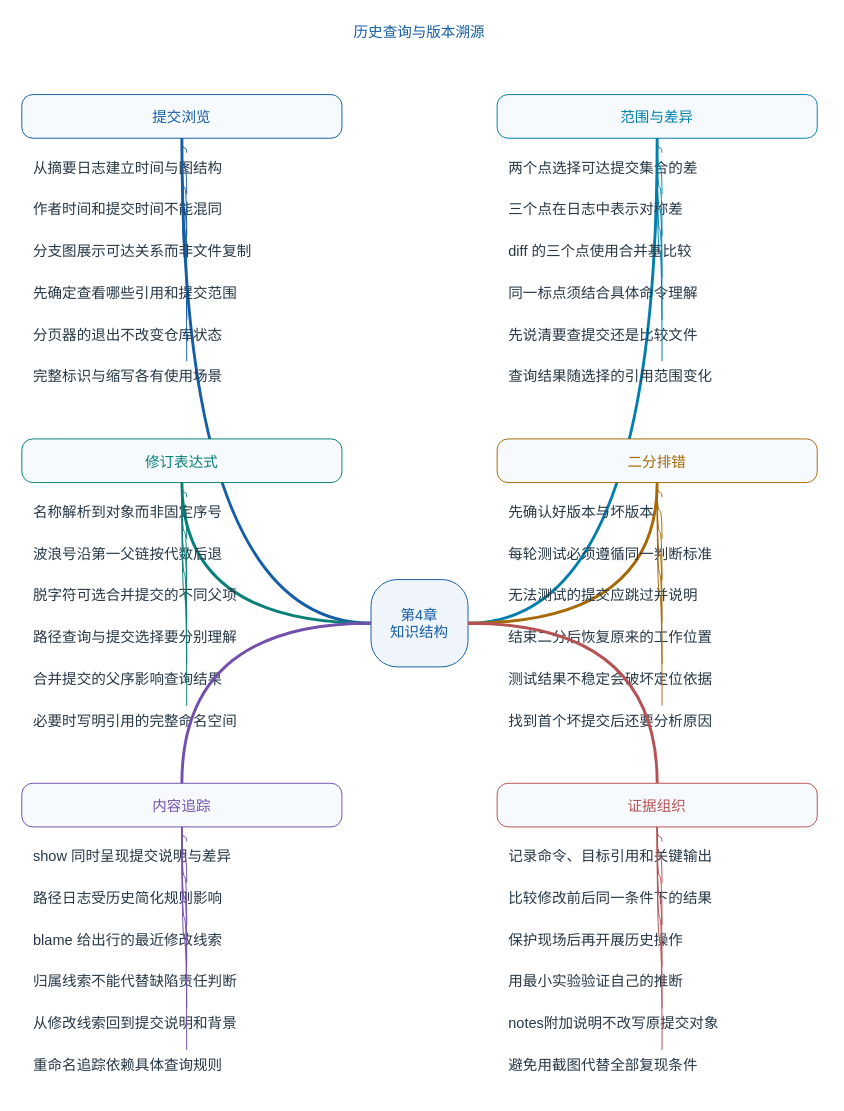
Earlier version of the draw.io diagram page "第4章 历史查询与版本溯源" (4 of 17) of assets/git-book-mindmaps.drawio (tsingke/GitEasy). Source tidied: cells renumbered, new cells numbered last; positions are measured from the earlier drawing's top-left corner, leaving out a move shared by most shapes. Both pictures are drawn from the tidied source at 97%, with x=0, y=0 at pixel (21, 16).
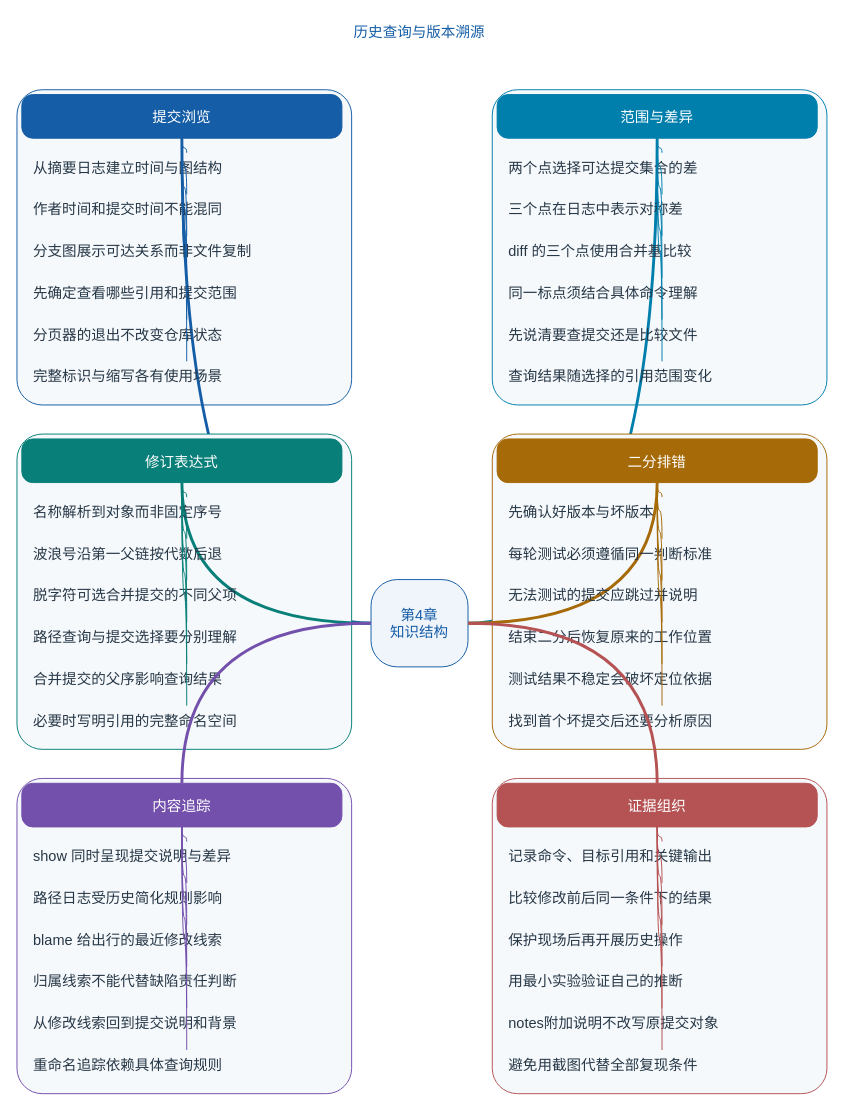
The same page after the edit.

The edit, as a diff of the source:
```diff
@@
+    <mxCell id="88" style="rounded=1;arcSize=8;fillColor=#F6F9FC;strokeColor=#155DA6;html=1;whiteSpace=wrap;fontFamily=Helvetica;fontSize=15;" parent="1" vertex="1">
+      <mxGeometry x="-5" y="75" width="345" height="325" as="geometry" />
+    </mxCell>
-    <mxCell id="4" value="提交浏览" style="rounded=1;arcSize=25;align=center;fillColor=#F7FAFD;strokeColor=#155DA6;fontColor=#155DA6;html=1;whiteSpace=wrap;fontFamily=Helvetica;fontSize=15;" parent="1" vertex="1">
+    <mxCell id="4" value="提交浏览" style="rounded=1;arcSize=25;align=center;fillColor=#155DA6;strokeColor=#155DA6;fontColor=#FFFFFF;html=1;whiteSpace=wrap;fontFamily=Helvetica;fontSize=15;" parent="1" vertex="1">
       <mxGeometry y="80" width="330" height="45" as="geometry" />
     </mxCell>
@@
+    <mxCell id="89" style="rounded=1;arcSize=8;fillColor=#F6F9FC;strokeColor=#087F78;html=1;whiteSpace=wrap;fontFamily=Helvetica;fontSize=15;" parent="1" vertex="1">
+      <mxGeometry x="-5" y="430" width="345" height="325" as="geometry" />
+    </mxCell>
-    <mxCell id="18" value="修订表达式" style="rounded=1;arcSize=25;align=center;fillColor=#F7FAFD;strokeColor=#087F78;fontColor=#087F78;html=1;whiteSpace=wrap;fontFamily=Helvetica;fontSize=15;" parent="1" vertex="1">
+    <mxCell id="18" value="修订表达式" style="rounded=1;arcSize=25;align=center;fillColor=#087F78;strokeColor=#087F78;fontColor=#FFFFFF;html=1;whiteSpace=wrap;fontFamily=Helvetica;fontSize=15;" parent="1" vertex="1">
       <mxGeometry y="435" width="330" height="45" as="geometry" />
     </mxCell>
@@
+    <mxCell id="90" style="rounded=1;arcSize=8;fillColor=#F6F9FC;strokeColor=#7350AC;html=1;whiteSpace=wrap;fontFamily=Helvetica;fontSize=15;" parent="1" vertex="1">
+      <mxGeometry x="-5" y="785" width="345" height="325" as="geometry" />
+    </mxCell>
-    <mxCell id="32" value="内容追踪" style="rounded=1;arcSize=25;align=center;fillColor=#F7FAFD;strokeColor=#7350AC;fontColor=#7350AC;html=1;whiteSpace=wrap;fontFamily=Helvetica;fontSize=15;" parent="1" vertex="1">
+    <mxCell id="32" value="内容追踪" style="rounded=1;arcSize=25;align=center;fillColor=#7350AC;strokeColor=#7350AC;fontColor=#FFFFFF;html=1;whiteSpace=wrap;fontFamily=Helvetica;fontSize=15;" parent="1" vertex="1">
       <mxGeometry y="790" width="330" height="45" as="geometry" />
     </mxCell>
@@
+    <mxCell id="91" style="rounded=1;arcSize=8;fillColor=#F6F9FC;strokeColor=#007FAD;html=1;whiteSpace=wrap;fontFamily=Helvetica;fontSize=15;" parent="1" vertex="1">
+      <mxGeometry x="485" y="75" width="345" height="325" as="geometry" />
+    </mxCell>
-    <mxCell id="46" value="范围与差异" style="rounded=1;arcSize=25;align=center;fillColor=#F7FAFD;strokeColor=#007FAD;fontColor=#007FAD;html=1;whiteSpace=wrap;fontFamily=Helvetica;fontSize=15;" parent="1" vertex="1">
+    <mxCell id="46" value="范围与差异" style="rounded=1;arcSize=25;align=center;fillColor=#007FAD;strokeColor=#007FAD;fontColor=#FFFFFF;html=1;whiteSpace=wrap;fontFamily=Helvetica;fontSize=15;" parent="1" vertex="1">
       <mxGeometry x="490" y="80" width="330" height="45" as="geometry" />
     </mxCell>
@@
+    <mxCell id="92" style="rounded=1;arcSize=8;fillColor=#F6F9FC;strokeColor=#A66A08;html=1;whiteSpace=wrap;fontFamily=Helvetica;fontSize=15;" parent="1" vertex="1">
+      <mxGeometry x="485" y="430" width="345" height="325" as="geometry" />
+    </mxCell>
-    <mxCell id="60" value="二分排错" style="rounded=1;arcSize=25;align=center;fillColor=#F7FAFD;strokeColor=#A66A08;fontColor=#A66A08;html=1;whiteSpace=wrap;fontFamily=Helvetica;fontSize=15;" parent="1" vertex="1">
+    <mxCell id="60" value="二分排错" style="rounded=1;arcSize=25;align=center;fillColor=#A66A08;strokeColor=#A66A08;fontColor=#FFFFFF;html=1;whiteSpace=wrap;fontFamily=Helvetica;fontSize=15;" parent="1" vertex="1">
       <mxGeometry x="490" y="435" width="330" height="45" as="geometry" />
     </mxCell>
@@
+    <mxCell id="93" style="rounded=1;arcSize=8;fillColor=#F6F9FC;strokeColor=#B55354;html=1;whiteSpace=wrap;fontFamily=Helvetica;fontSize=15;" parent="1" vertex="1">
+      <mxGeometry x="485" y="785" width="345" height="325" as="geometry" />
+    </mxCell>
-    <mxCell id="74" value="证据组织" style="rounded=1;arcSize=25;align=center;fillColor=#F7FAFD;strokeColor=#B55354;fontColor=#B55354;html=1;whiteSpace=wrap;fontFamily=Helvetica;fontSize=15;" parent="1" vertex="1">
+    <mxCell id="74" value="证据组织" style="rounded=1;arcSize=25;align=center;fillColor=#B55354;strokeColor=#B55354;fontColor=#FFFFFF;html=1;whiteSpace=wrap;fontFamily=Helvetica;fontSize=15;" parent="1" vertex="1">
       <mxGeometry x="490" y="790" width="330" height="45" as="geometry" />
     </mxCell>
```
